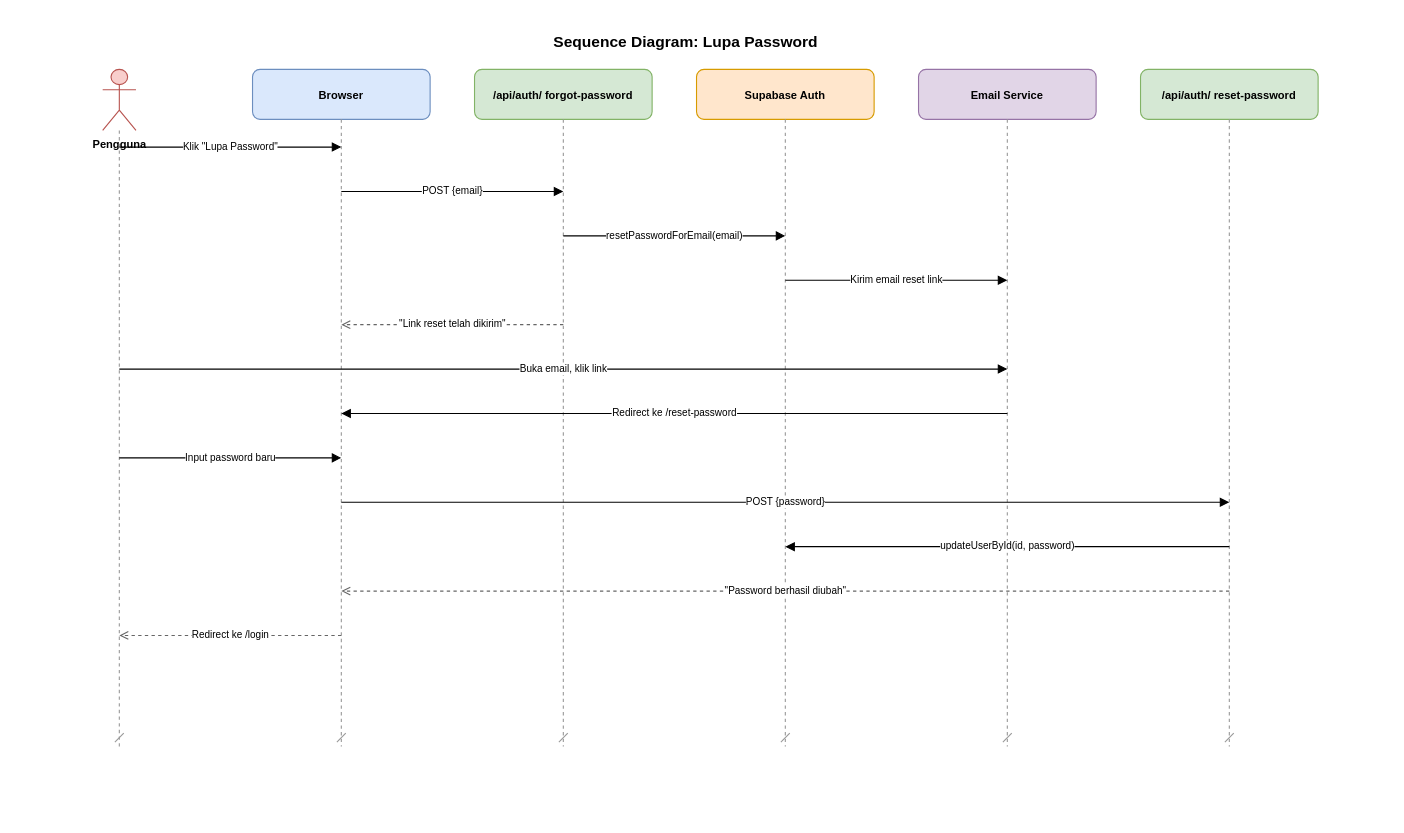
Earlier version of the draw.io diagram docs/diagrams/sequence/03-sq-lupa-password.drawio (RyanGLoomy/terminal-iwkbu). Source tidied: cells renumbered, new cells numbered last; positions are measured from the earlier drawing's top-left corner, leaving out a move shared by most shapes. Both pictures are drawn from the tidied source at 111%, with x=0, y=0 at pixel (52, 24).
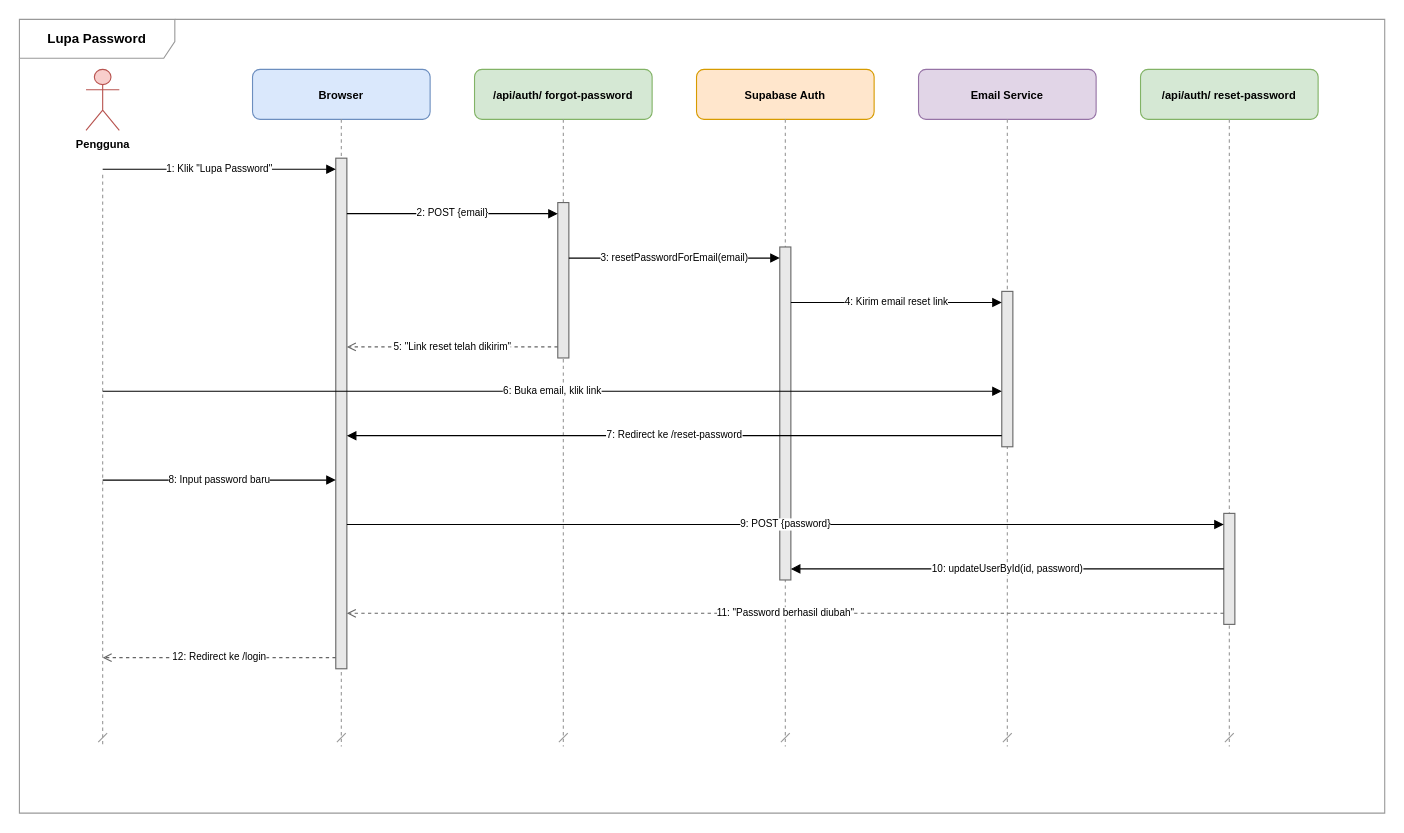
Above is the later version.

Diff of the diagram source:
```diff
@@
-    <mxCell id="2" value="Sequence Diagram: Lupa Password" style="text;html=1;align=center;verticalAlign=middle;fontSize=14;fontStyle=1;strokeColor=none;fillColor=none;" parent="1" vertex="1">
-      <mxGeometry width="1140" height="30" as="geometry" />
-    </mxCell>
+    <mxCell id="27" value="Lupa Password" style="shape=umlFrame;whiteSpace=wrap;html=1;fillColor=none;strokeColor=#999999;fontSize=12;fontStyle=1;lightOpacity=50;tabWidth=140;tabHeight=22;width=140;height=35;" parent="1" vertex="1">
+      <mxGeometry x="-30" y="-5" width="1230" height="715" as="geometry" />
+    </mxCell>
     <mxCell id="3" value="Pengguna" style="shape=umlActor;verticalLabelPosition=bottom;verticalAlign=top;html=1;fillColor=#f8cecc;strokeColor=#b85450;fontStyle=1;fontSize=10;" parent="1" vertex="1">
-      <mxGeometry x="45" y="40" width="30" height="55" as="geometry" />
+      <mxGeometry x="30" y="40" width="30" height="55" as="geometry" />
     </mxCell>
     <mxCell id="4" style="endArrow=dash;dashed=1;html=1;strokeWidth=1;strokeColor=#999999;" parent="1" edge="1">
       <mxGeometry relative="1" as="geometry">
-        <mxPoint x="60" y="95" as="sourcePoint" />
-        <mxPoint x="60" y="650" as="targetPoint" />
+        <mxPoint x="45" y="135" as="sourcePoint" />
+        <mxPoint x="45" y="650" as="targetPoint" />
       </mxGeometry>
     </mxCell>
@@
+    <mxCell id="28" style="rounded=0;whiteSpace=wrap;html=1;fillColor=#e8e8e8;strokeColor=#666666;strokeWidth=1;" parent="1" vertex="1">
+      <mxGeometry x="255" y="120" width="10" height="460" as="geometry" />
+    </mxCell>
+    <mxCell id="29" style="rounded=0;whiteSpace=wrap;html=1;fillColor=#e8e8e8;strokeColor=#666666;strokeWidth=1;" parent="1" vertex="1">
+      <mxGeometry x="455" y="160" width="10" height="140" as="geometry" />
+    </mxCell>
+    <mxCell id="30" style="rounded=0;whiteSpace=wrap;html=1;fillColor=#e8e8e8;strokeColor=#666666;strokeWidth=1;" parent="1" vertex="1">
+      <mxGeometry x="655" y="200" width="10" height="300" as="geometry" />
+    </mxCell>
+    <mxCell id="31" style="rounded=0;whiteSpace=wrap;html=1;fillColor=#e8e8e8;strokeColor=#666666;strokeWidth=1;" parent="1" vertex="1">
+      <mxGeometry x="855" y="240" width="10" height="140" as="geometry" />
+    </mxCell>
+    <mxCell id="32" style="rounded=0;whiteSpace=wrap;html=1;fillColor=#e8e8e8;strokeColor=#666666;strokeWidth=1;" parent="1" vertex="1">
+      <mxGeometry x="1055" y="440" width="10" height="100" as="geometry" />
+    </mxCell>
-    <mxCell id="15" value="Klik &quot;Lupa Password&quot;" style="endArrow=block;endFill=1;html=1;fontSize=9;" parent="1" edge="1">
+    <mxCell id="15" value="1: Klik &quot;Lupa Password&quot;" style="endArrow=block;endFill=1;html=1;fontSize=9;" parent="1" edge="1">
       <mxGeometry relative="1" as="geometry">
-        <mxPoint x="60" y="110" as="sourcePoint" />
-        <mxPoint x="260" y="110" as="targetPoint" />
+        <mxPoint x="45" y="130" as="sourcePoint" />
+        <mxPoint x="255" y="130" as="targetPoint" />
       </mxGeometry>
     </mxCell>
-    <mxCell id="16" value="POST {email}" style="endArrow=block;endFill=1;html=1;fontSize=9;" parent="1" edge="1">
+    <mxCell id="16" value="2: POST {email}" style="endArrow=block;endFill=1;html=1;fontSize=9;" parent="1" edge="1">
       <mxGeometry relative="1" as="geometry">
-        <mxPoint x="260" y="150" as="sourcePoint" />
-        <mxPoint x="460" y="150" as="targetPoint" />
+        <mxPoint x="265" y="170" as="sourcePoint" />
+        <mxPoint x="455" y="170" as="targetPoint" />
       </mxGeometry>
     </mxCell>
-    <mxCell id="17" value="resetPasswordForEmail(email)" style="endArrow=block;endFill=1;html=1;fontSize=9;" parent="1" edge="1">
+    <mxCell id="17" value="3: resetPasswordForEmail(email)" style="endArrow=block;endFill=1;html=1;fontSize=9;" parent="1" edge="1">
       <mxGeometry relative="1" as="geometry">
-        <mxPoint x="460" y="190" as="sourcePoint" />
-        <mxPoint x="660" y="190" as="targetPoint" />
+        <mxPoint x="465" y="210" as="sourcePoint" />
+        <mxPoint x="655" y="210" as="targetPoint" />
       </mxGeometry>
     </mxCell>
-    <mxCell id="18" value="Kirim email reset link" style="endArrow=block;endFill=1;html=1;fontSize=9;" parent="1" edge="1">
+    <mxCell id="18" value="4: Kirim email reset link" style="endArrow=block;endFill=1;html=1;fontSize=9;" parent="1" edge="1">
       <mxGeometry relative="1" as="geometry">
-        <mxPoint x="660" y="230" as="sourcePoint" />
-        <mxPoint x="860" y="230" as="targetPoint" />
+        <mxPoint x="665" y="250" as="sourcePoint" />
+        <mxPoint x="855" y="250" as="targetPoint" />
       </mxGeometry>
     </mxCell>
-    <mxCell id="19" value="&quot;Link reset telah dikirim&quot;" style="endArrow=open;endFill=0;dashed=1;html=1;fontSize=9;strokeColor=#666666;" parent="1" edge="1">
+    <mxCell id="19" value="5: &quot;Link reset telah dikirim&quot;" style="endArrow=open;endFill=0;dashed=1;html=1;fontSize=9;strokeColor=#666666;" parent="1" edge="1">
       <mxGeometry relative="1" as="geometry">
-        <mxPoint x="460" y="270" as="sourcePoint" />
-        <mxPoint x="260" y="270" as="targetPoint" />
+        <mxPoint x="455" y="290" as="sourcePoint" />
+        <mxPoint x="265" y="290" as="targetPoint" />
       </mxGeometry>
     </mxCell>
-    <mxCell id="20" value="Buka email, klik link" style="endArrow=block;endFill=1;html=1;fontSize=9;" parent="1" edge="1">
+    <mxCell id="20" value="6: Buka email, klik link" style="endArrow=block;endFill=1;html=1;fontSize=9;" parent="1" edge="1">
       <mxGeometry relative="1" as="geometry">
-        <mxPoint x="60" y="310" as="sourcePoint" />
-        <mxPoint x="860" y="310" as="targetPoint" />
+        <mxPoint x="45" y="330" as="sourcePoint" />
+        <mxPoint x="855" y="330" as="targetPoint" />
       </mxGeometry>
     </mxCell>
-    <mxCell id="21" value="Redirect ke /reset-password" style="endArrow=block;endFill=1;html=1;fontSize=9;" parent="1" edge="1">
+    <mxCell id="21" value="7: Redirect ke /reset-password" style="endArrow=block;endFill=1;html=1;fontSize=9;" parent="1" edge="1">
       <mxGeometry relative="1" as="geometry">
-        <mxPoint x="860" y="350" as="sourcePoint" />
-        <mxPoint x="260" y="350" as="targetPoint" />
+        <mxPoint x="855" y="370" as="sourcePoint" />
+        <mxPoint x="265" y="370" as="targetPoint" />
       </mxGeometry>
     </mxCell>
-    <mxCell id="22" value="Input password baru" style="endArrow=block;endFill=1;html=1;fontSize=9;" parent="1" edge="1">
+    <mxCell id="22" value="8: Input password baru" style="endArrow=block;endFill=1;html=1;fontSize=9;" parent="1" edge="1">
       <mxGeometry relative="1" as="geometry">
-        <mxPoint x="60" y="390" as="sourcePoint" />
-        <mxPoint x="260" y="390" as="targetPoint" />
+        <mxPoint x="45" y="410" as="sourcePoint" />
+        <mxPoint x="255" y="410" as="targetPoint" />
       </mxGeometry>
     </mxCell>
-    <mxCell id="23" value="POST {password}" style="endArrow=block;endFill=1;html=1;fontSize=9;" parent="1" edge="1">
+    <mxCell id="23" value="9: POST {password}" style="endArrow=block;endFill=1;html=1;fontSize=9;" parent="1" edge="1">
       <mxGeometry relative="1" as="geometry">
-        <mxPoint x="260" y="430" as="sourcePoint" />
-        <mxPoint x="1060" y="430" as="targetPoint" />
+        <mxPoint x="265" y="450" as="sourcePoint" />
+        <mxPoint x="1055" y="450" as="targetPoint" />
       </mxGeometry>
     </mxCell>
-    <mxCell id="24" value="updateUserById(id, password)" style="endArrow=block;endFill=1;html=1;fontSize=9;" parent="1" edge="1">
+    <mxCell id="24" value="10: updateUserById(id, password)" style="endArrow=block;endFill=1;html=1;fontSize=9;" parent="1" edge="1">
       <mxGeometry relative="1" as="geometry">
-        <mxPoint x="1060" y="470" as="sourcePoint" />
-        <mxPoint x="660" y="470" as="targetPoint" />
+        <mxPoint x="1055" y="490" as="sourcePoint" />
+        <mxPoint x="665" y="490" as="targetPoint" />
       </mxGeometry>
     </mxCell>
-    <mxCell id="25" value="&quot;Password berhasil diubah&quot;" style="endArrow=open;endFill=0;dashed=1;html=1;fontSize=9;strokeColor=#666666;" parent="1" edge="1">
+    <mxCell id="25" value="11: &quot;Password berhasil diubah&quot;" style="endArrow=open;endFill=0;dashed=1;html=1;fontSize=9;strokeColor=#666666;" parent="1" edge="1">
       <mxGeometry relative="1" as="geometry">
-        <mxPoint x="1060" y="510" as="sourcePoint" />
-        <mxPoint x="260" y="510" as="targetPoint" />
+        <mxPoint x="1055" y="530" as="sourcePoint" />
+        <mxPoint x="265" y="530" as="targetPoint" />
       </mxGeometry>
     </mxCell>
-    <mxCell id="26" value="Redirect ke /login" style="endArrow=open;endFill=0;dashed=1;html=1;fontSize=9;strokeColor=#666666;" parent="1" edge="1">
+    <mxCell id="26" value="12: Redirect ke /login" style="endArrow=open;endFill=0;dashed=1;html=1;fontSize=9;strokeColor=#666666;" parent="1" edge="1">
       <mxGeometry relative="1" as="geometry">
-        <mxPoint x="260" y="550" as="sourcePoint" />
-        <mxPoint x="60" y="550" as="targetPoint" />
+        <mxPoint x="255" y="570" as="sourcePoint" />
+        <mxPoint x="45" y="570" as="targetPoint" />
       </mxGeometry>
     </mxCell>
```
